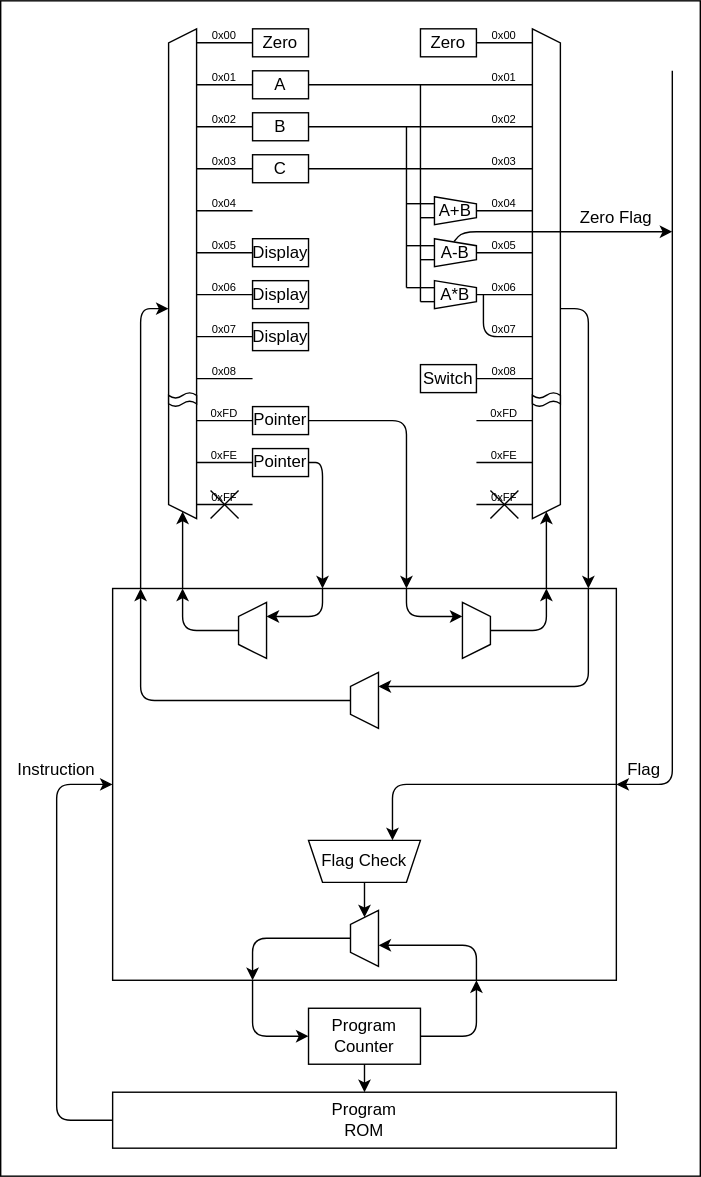
Before: Lab/Computer/RelayComputer/DefaultArch.drawio.svg, a diagram exported from draw.io (amane-uehara/kanade-k-1228.github.io). Source tidied: cells renumbered, new cells last; positions are measured from the earlier drawing's top-left corner, leaving out a move shared by most shapes.
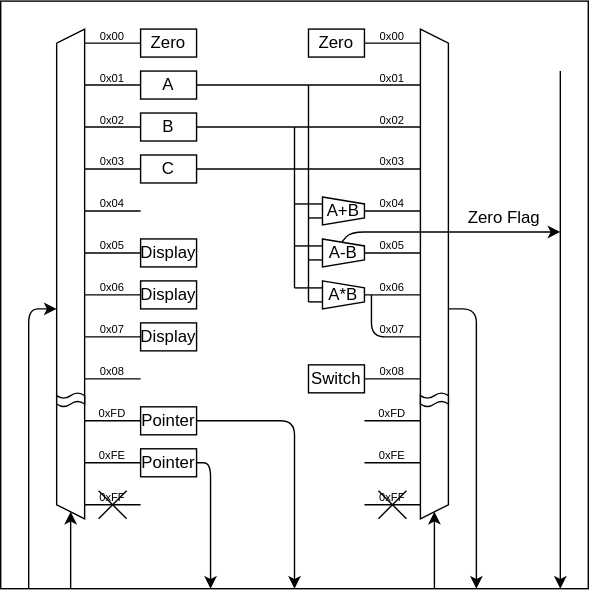
After the change.

Diff of the diagram source:
```diff
@@ -3,17 +3,8 @@
     <mxCell id="0" />
     <mxCell id="1" parent="0" />
     <mxCell id="2" style="rounded=0;whiteSpace=wrap;html=1;" parent="1" vertex="1">
-      <mxGeometry width="500" height="840" as="geometry" />
+      <mxGeometry x="80" width="420" height="420" as="geometry" />
     </mxCell>
-    <mxCell id="3" style="rounded=0;whiteSpace=wrap;html=1;fillColor=none;" parent="1" vertex="1">
-      <mxGeometry x="80" y="420" width="360" height="280" as="geometry" />
-    </mxCell>
-    <mxCell id="4" value="Program Counter" style="rounded=0;whiteSpace=wrap;html=1;" parent="1" vertex="1">
-      <mxGeometry x="220" y="720" width="80" height="40" as="geometry" />
-    </mxCell>
-    <mxCell id="5" value="Program&lt;br&gt;ROM" style="rounded=0;whiteSpace=wrap;html=1;" parent="1" vertex="1">
-      <mxGeometry x="80" y="780" width="360" height="40" as="geometry" />
-    </mxCell>
     <mxCell id="6" value="Zero" style="rounded=0;whiteSpace=wrap;html=1;" parent="1" vertex="1">
       <mxGeometry x="180" y="20" width="40" height="20" as="geometry" />
     </mxCell>
@@ -32,33 +23,6 @@
     <mxCell id="11" value="C" style="rounded=0;whiteSpace=wrap;html=1;" parent="1" vertex="1">
       <mxGeometry x="180" y="110" width="40" height="20" as="geometry" />
     </mxCell>
-    <mxCell id="12" style="endArrow=classic;html=1;exitX=0.5;exitY=1;exitDx=0;exitDy=0;entryX=0.5;entryY=0;entryDx=0;entryDy=0;" parent="1" edge="1" source="4" target="5">
-      <mxGeometry relative="1" as="geometry" />
-    </mxCell>
-    <mxCell id="13" style="endArrow=classic;html=1;entryX=0;entryY=0.5;entryDx=0;entryDy=0;" parent="1" edge="1" target="4">
-      <mxGeometry relative="1" as="geometry">
-        <mxPoint x="180" y="700" as="sourcePoint" />
-        <Array as="points">
-          <mxPoint x="180" y="740" />
-        </Array>
-      </mxGeometry>
-    </mxCell>
-    <mxCell id="14" style="endArrow=classic;html=1;exitX=1;exitY=0.5;exitDx=0;exitDy=0;" parent="1" edge="1" source="4">
-      <mxGeometry relative="1" as="geometry">
-        <mxPoint x="340" y="700" as="targetPoint" />
-        <Array as="points">
-          <mxPoint x="340" y="740" />
-        </Array>
-      </mxGeometry>
-    </mxCell>
-    <mxCell id="15" style="endArrow=classic;html=1;entryX=0;entryY=0.5;entryDx=0;entryDy=0;exitX=0;exitY=0.5;exitDx=0;exitDy=0;" parent="1" edge="1" source="5" target="3">
-      <mxGeometry relative="1" as="geometry">
-        <Array as="points">
-          <mxPoint x="40" y="800" />
-          <mxPoint x="40" y="560" />
-        </Array>
-      </mxGeometry>
-    </mxCell>
     <mxCell id="16" value="A+B" style="shape=trapezoid;perimeter=trapezoidPerimeter;whiteSpace=wrap;html=1;fixedSize=1;direction=south;size=5;" parent="1" vertex="1">
       <mxGeometry x="310" y="140" width="30" height="20" as="geometry" />
     </mxCell>
@@ -434,115 +398,10 @@
     <mxCell id="93" value="0xFE" style="text;html=1;strokeColor=none;fillColor=none;align=center;verticalAlign=middle;whiteSpace=wrap;rounded=0;fontSize=8;" parent="1" vertex="1">
       <mxGeometry x="350" y="320" width="20" height="10" as="geometry" />
     </mxCell>
-    <mxCell id="94" style="shape=trapezoid;perimeter=trapezoidPerimeter;whiteSpace=wrap;html=1;fixedSize=1;size=10;direction=north;" parent="1" vertex="1">
-      <mxGeometry x="170" y="430" width="20" height="40" as="geometry" />
-    </mxCell>
-    <mxCell id="95" style="shape=trapezoid;perimeter=trapezoidPerimeter;whiteSpace=wrap;html=1;fixedSize=1;size=10;direction=south;" parent="1" vertex="1">
-      <mxGeometry x="330" y="430" width="20" height="40" as="geometry" />
-    </mxCell>
-    <mxCell id="96" style="endArrow=classic;html=1;" parent="1" edge="1">
-      <mxGeometry relative="1" as="geometry">
-        <mxPoint x="170" y="450" as="sourcePoint" />
-        <mxPoint x="130" y="420" as="targetPoint" />
-        <Array as="points">
-          <mxPoint x="130" y="450" />
-        </Array>
-      </mxGeometry>
-    </mxCell>
-    <mxCell id="97" style="endArrow=classic;html=1;" parent="1" edge="1">
-      <mxGeometry relative="1" as="geometry">
-        <mxPoint x="290" y="420" as="sourcePoint" />
-        <mxPoint x="330" y="440" as="targetPoint" />
-        <Array as="points">
-          <mxPoint x="290" y="440" />
-        </Array>
-      </mxGeometry>
-    </mxCell>
-    <mxCell id="98" style="endArrow=classic;html=1;" parent="1" edge="1">
-      <mxGeometry relative="1" as="geometry">
-        <mxPoint x="230" y="420" as="sourcePoint" />
-        <mxPoint x="190" y="440" as="targetPoint" />
-        <Array as="points">
-          <mxPoint x="230" y="440" />
-        </Array>
-      </mxGeometry>
-    </mxCell>
-    <mxCell id="99" style="endArrow=classic;html=1;" parent="1" edge="1">
-      <mxGeometry relative="1" as="geometry">
-        <mxPoint x="350" y="450" as="sourcePoint" />
-        <mxPoint x="390" y="420" as="targetPoint" />
-        <Array as="points">
-          <mxPoint x="390" y="450" />
-        </Array>
-      </mxGeometry>
-    </mxCell>
-    <mxCell id="100" style="shape=trapezoid;perimeter=trapezoidPerimeter;whiteSpace=wrap;html=1;fixedSize=1;size=10;direction=north;" parent="1" vertex="1">
-      <mxGeometry x="250" y="480" width="20" height="40" as="geometry" />
-    </mxCell>
-    <mxCell id="101" style="endArrow=classic;html=1;" parent="1" edge="1">
-      <mxGeometry relative="1" as="geometry">
-        <mxPoint x="250" y="500" as="sourcePoint" />
-        <mxPoint x="100" y="420" as="targetPoint" />
-        <Array as="points">
-          <mxPoint x="100" y="500" />
-        </Array>
-      </mxGeometry>
-    </mxCell>
-    <mxCell id="102" style="endArrow=classic;html=1;" parent="1" edge="1">
-      <mxGeometry relative="1" as="geometry">
-        <mxPoint x="420" y="420" as="sourcePoint" />
-        <mxPoint x="270" y="490" as="targetPoint" />
-        <Array as="points">
-          <mxPoint x="420" y="490" />
-        </Array>
-      </mxGeometry>
-    </mxCell>
-    <mxCell id="103" style="endArrow=classic;html=1;" parent="1" edge="1">
-      <mxGeometry relative="1" as="geometry">
-        <mxPoint x="340" y="700" as="sourcePoint" />
-        <mxPoint x="270" y="675" as="targetPoint" />
-        <Array as="points">
-          <mxPoint x="340" y="675" />
-        </Array>
-      </mxGeometry>
-    </mxCell>
-    <mxCell id="104" style="shape=trapezoid;perimeter=trapezoidPerimeter;whiteSpace=wrap;html=1;fixedSize=1;size=10;direction=north;" parent="1" vertex="1">
-      <mxGeometry x="250" y="650" width="20" height="40" as="geometry" />
-    </mxCell>
-    <mxCell id="105" style="endArrow=classic;html=1;" parent="1" edge="1">
-      <mxGeometry relative="1" as="geometry">
-        <mxPoint x="250" y="670" as="sourcePoint" />
-        <mxPoint x="180" y="700" as="targetPoint" />
-        <Array as="points">
-          <mxPoint x="180" y="670" />
-        </Array>
-      </mxGeometry>
-    </mxCell>
-    <mxCell id="106" style="endArrow=classic;html=1;" parent="1" edge="1">
-      <mxGeometry relative="1" as="geometry">
-        <mxPoint x="440" y="560" as="sourcePoint" />
-        <mxPoint x="280" y="600" as="targetPoint" />
-        <Array as="points">
-          <mxPoint x="280" y="560" />
-        </Array>
-      </mxGeometry>
-    </mxCell>
-    <mxCell id="107" value="Flag Check" style="shape=trapezoid;perimeter=trapezoidPerimeter;whiteSpace=wrap;html=1;fixedSize=1;size=10;direction=west;" parent="1" vertex="1">
-      <mxGeometry x="220" y="600" width="80" height="30" as="geometry" />
-    </mxCell>
-    <mxCell id="108" style="endArrow=classic;html=1;" parent="1" edge="1">
-      <mxGeometry relative="1" as="geometry">
-        <mxPoint x="260" y="630" as="sourcePoint" />
-        <mxPoint x="260" y="655" as="targetPoint" />
-      </mxGeometry>
-    </mxCell>
     <mxCell id="109" style="endArrow=classic;html=1;" parent="1" edge="1">
       <mxGeometry relative="1" as="geometry">
         <mxPoint x="480" y="50" as="sourcePoint" />
-        <mxPoint x="440" y="560" as="targetPoint" />
-        <Array as="points">
-          <mxPoint x="480" y="560" />
-        </Array>
+        <mxPoint x="480" y="420" as="targetPoint" />
       </mxGeometry>
     </mxCell>
     <mxCell id="110" style="endArrow=classic;html=1;" parent="1" edge="1">
@@ -557,11 +416,5 @@
     <mxCell id="111" value="Zero Flag" style="text;html=1;strokeColor=none;fillColor=none;align=center;verticalAlign=middle;whiteSpace=wrap;rounded=0;" parent="1" vertex="1">
       <mxGeometry x="410" y="145" width="60" height="20" as="geometry" />
     </mxCell>
-    <mxCell id="112" value="Flag" style="text;html=1;strokeColor=none;fillColor=none;align=center;verticalAlign=middle;whiteSpace=wrap;rounded=0;" parent="1" vertex="1">
-      <mxGeometry x="440" y="540" width="40" height="20" as="geometry" />
-    </mxCell>
-    <mxCell id="113" value="Instruction" style="text;html=1;strokeColor=none;fillColor=none;align=center;verticalAlign=middle;whiteSpace=wrap;rounded=0;" parent="1" vertex="1">
-      <mxGeometry x="20" y="540" width="40" height="20" as="geometry" />
-    </mxCell>
   </root>
 </mxGraphModel>
```
